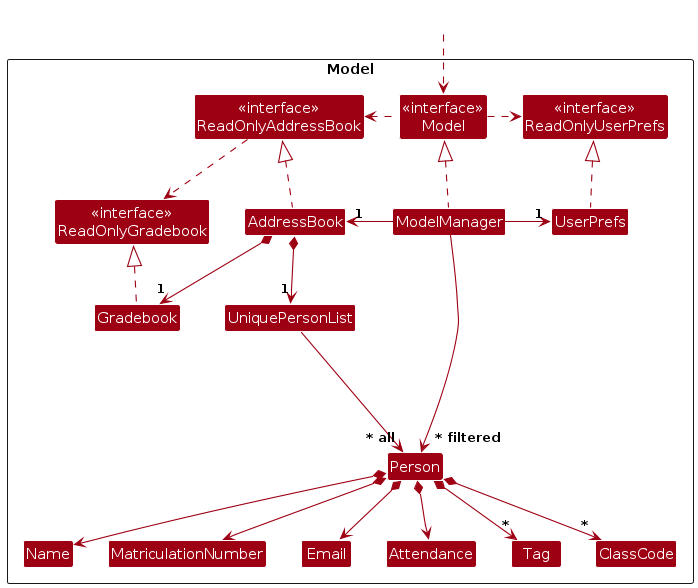
Before: diagrams/ModelClassDiagram.png, a diagram exported from PlantUML (AY2627S1-CS2103T-T10-2/tp). Its source is kept beside it as diagrams/ModelClassDiagram.puml.
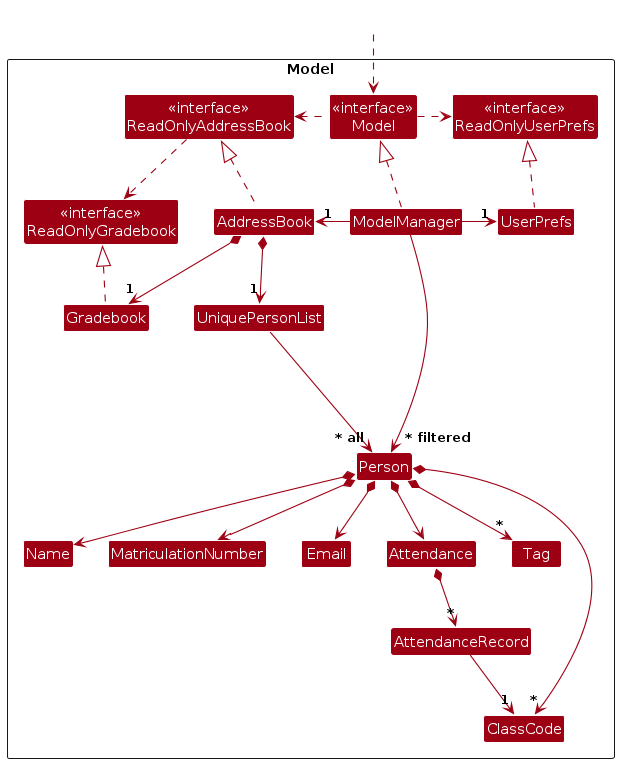
Above is the later version.

Change to the diagram source:
```diff
@@ -20,6 +20,7 @@
 Class Name
 Class MatriculationNumber
 Class Attendance
+Class AttendanceRecord
 Class Tag
 Class ClassCode
 
@@ -49,6 +50,8 @@
 Person *--> "*" Tag
 Person *--> "*" ClassCode
 Person *--> Attendance
+Attendance *--> "*" AttendanceRecord
+AttendanceRecord --> "1" ClassCode
 
 Person -[hidden]up--> I
 UniquePersonList -[hidden]right-> I
```
